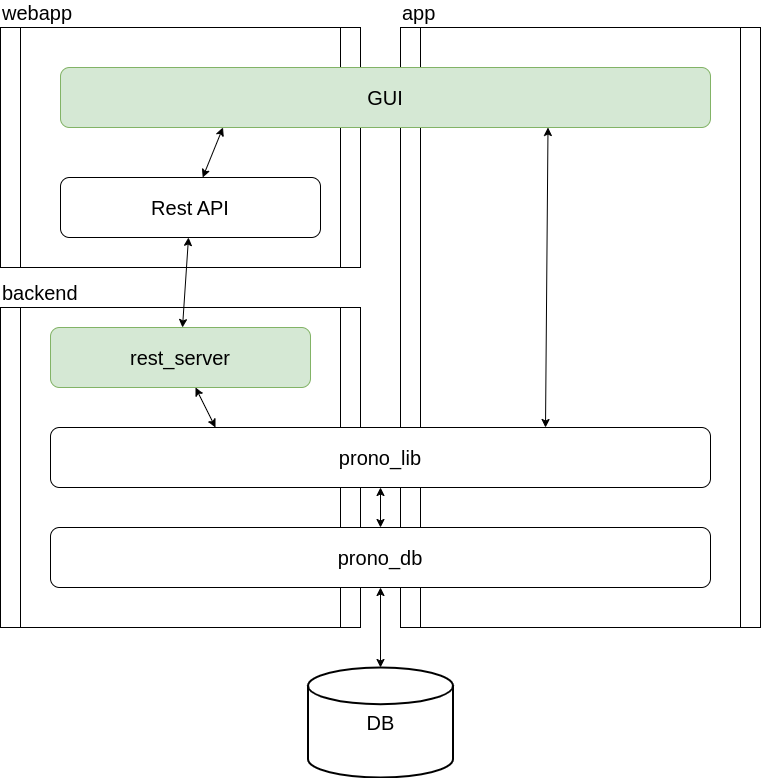
The draw.io diagram docs/architecture.drawio.png in jaques-sam/prono, before a commit. Source tidied: cells renumbered, new cells last; positions are measured from the earlier drawing's top-left corner, leaving out a move shared by most shapes.
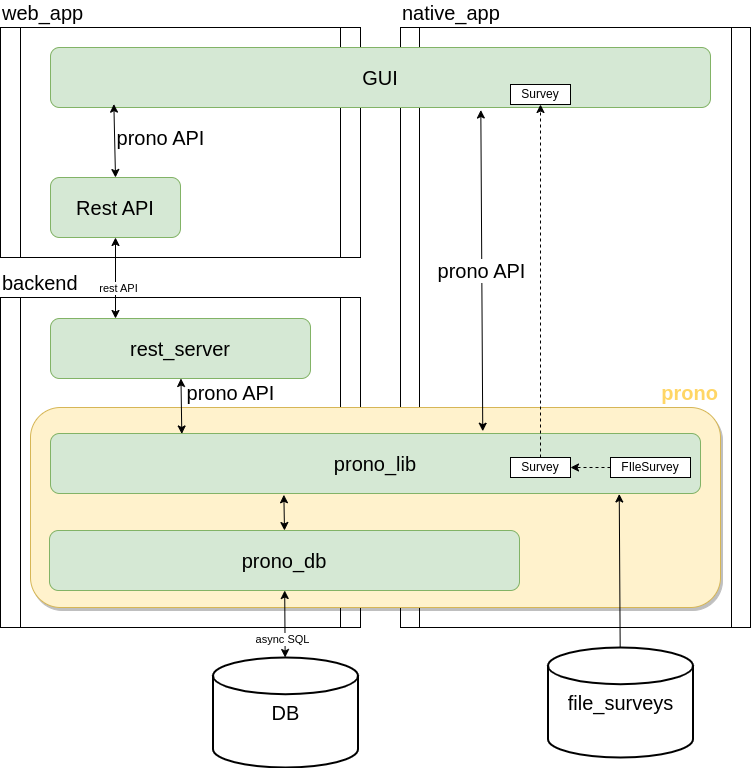
Above is the later version.

What changed in the source:
```diff
@@ -2,50 +2,80 @@
   <root>
     <mxCell id="0" />
     <mxCell id="1" parent="0" />
-    <mxCell id="2" value="webapp" style="shape=process;whiteSpace=wrap;html=1;backgroundOutline=1;size=0.05555555555555555;labelPosition=center;verticalLabelPosition=top;align=left;verticalAlign=bottom;fontSize=20;" parent="1" vertex="1">
-      <mxGeometry width="360" height="240" as="geometry" />
+    <mxCell id="2" value="web_app" style="shape=process;whiteSpace=wrap;html=1;backgroundOutline=1;size=0.05555555555555555;labelPosition=center;verticalLabelPosition=top;align=left;verticalAlign=bottom;fontSize=20;" parent="1" vertex="1">
+      <mxGeometry width="360" height="230" as="geometry" />
     </mxCell>
-    <mxCell id="3" value="app" style="shape=process;whiteSpace=wrap;html=1;backgroundOutline=1;size=0.05555555555555555;labelPosition=center;verticalLabelPosition=top;align=left;verticalAlign=bottom;fontSize=20;" parent="1" vertex="1">
-      <mxGeometry x="400" width="360" height="600" as="geometry" />
+    <mxCell id="3" value="native_app" style="shape=process;whiteSpace=wrap;html=1;backgroundOutline=1;size=0.05555555555555555;labelPosition=center;verticalLabelPosition=top;align=left;verticalAlign=bottom;fontSize=20;" parent="1" vertex="1">
+      <mxGeometry x="400" width="350" height="600" as="geometry" />
     </mxCell>
     <mxCell id="4" value="backend" style="shape=process;whiteSpace=wrap;html=1;backgroundOutline=1;size=0.05555555555555555;labelPosition=center;verticalLabelPosition=top;align=left;verticalAlign=bottom;fontSize=20;" parent="1" vertex="1">
-      <mxGeometry y="280" width="360" height="320" as="geometry" />
+      <mxGeometry y="270" width="360" height="330" as="geometry" />
     </mxCell>
-    <mxCell id="5" style="edgeStyle=none;html=1;exitX=0.75;exitY=1;exitDx=0;exitDy=0;fontSize=20;startArrow=classic;startFill=1;entryX=0.75;entryY=0;entryDx=0;entryDy=0;" parent="1" edge="1" source="6" target="13">
-      <mxGeometry relative="1" as="geometry" />
-    </mxCell>
     <mxCell id="6" value="GUI" style="rounded=1;whiteSpace=wrap;html=1;fontSize=20;fillColor=#d5e8d4;strokeColor=#82b366;" parent="1" vertex="1">
-      <mxGeometry x="60" y="40" width="650" height="60" as="geometry" />
+      <mxGeometry x="50" y="20" width="660" height="60" as="geometry" />
     </mxCell>
-    <mxCell id="7" style="edgeStyle=none;html=1;fontSize=20;entryX=0.25;entryY=0;entryDx=0;entryDy=0;startArrow=classic;startFill=1;" parent="1" edge="1" source="8" target="13">
-      <mxGeometry relative="1" as="geometry" />
-    </mxCell>
     <mxCell id="8" value="rest_server" style="rounded=1;whiteSpace=wrap;html=1;fontSize=20;fillColor=#d5e8d4;strokeColor=#82b366;" parent="1" vertex="1">
-      <mxGeometry x="50" y="300" width="260" height="60" as="geometry" />
+      <mxGeometry x="50" y="291" width="260" height="60" as="geometry" />
     </mxCell>
+    <mxCell id="17" value="prono" style="rounded=1;whiteSpace=wrap;html=1;shadow=1;fontSize=20;fillColor=#fff2cc;strokeColor=#d6b656;labelPosition=center;verticalLabelPosition=top;align=right;verticalAlign=bottom;fontColor=#FFD666;labelBackgroundColor=none;labelBorderColor=none;fontStyle=1;" parent="1" vertex="1">
+      <mxGeometry x="30" y="380" width="690" height="200" as="geometry" />
+    </mxCell>
     <mxCell id="9" style="edgeStyle=none;html=1;fontSize=20;startArrow=classic;startFill=1;" parent="1" edge="1" source="10" target="11">
       <mxGeometry relative="1" as="geometry" />
     </mxCell>
+    <mxCell id="18" value="async SQL" style="edgeLabel;html=1;align=center;verticalAlign=middle;" parent="9" vertex="1">
+      <mxGeometry x="0.46" y="-3" relative="1" as="geometry" />
+    </mxCell>
-    <mxCell id="10" value="prono_db" style="rounded=1;whiteSpace=wrap;html=1;fontSize=20;" parent="1" vertex="1">
-      <mxGeometry x="50" y="500" width="660" height="60" as="geometry" />
+    <mxCell id="10" value="prono_db" style="rounded=1;whiteSpace=wrap;html=1;fontSize=20;fillColor=#d5e8d4;strokeColor=#82b366;" parent="1" vertex="1">
+      <mxGeometry x="49" y="503" width="470" height="60" as="geometry" />
     </mxCell>
     <mxCell id="11" value="&lt;font style=&quot;font-size: 20px;&quot;&gt;DB&lt;/font&gt;" style="strokeWidth=2;html=1;shape=mxgraph.flowchart.database;whiteSpace=wrap;" parent="1" vertex="1">
-      <mxGeometry x="307.5" y="640" width="145" height="110" as="geometry" />
+      <mxGeometry x="212.5" y="630" width="145" height="110" as="geometry" />
     </mxCell>
-    <mxCell id="12" style="edgeStyle=none;html=1;fontSize=20;startArrow=classic;startFill=1;" parent="1" edge="1" source="13" target="10">
+    <mxCell id="12" style="edgeStyle=none;html=1;fontSize=20;startArrow=classic;startFill=1;entryX=0.5;entryY=0;entryDx=0;entryDy=0;exitX=0.359;exitY=1.021;exitDx=0;exitDy=0;exitPerimeter=0;" parent="1" edge="1" source="13" target="10">
       <mxGeometry relative="1" as="geometry" />
     </mxCell>
-    <mxCell id="13" value="prono_lib" style="rounded=1;whiteSpace=wrap;html=1;fontSize=20;" parent="1" vertex="1">
-      <mxGeometry x="50" y="400" width="660" height="60" as="geometry" />
+    <mxCell id="13" value="prono_lib" style="rounded=1;whiteSpace=wrap;html=1;fontSize=20;fillColor=#d5e8d4;strokeColor=#82b366;" parent="1" vertex="1">
+      <mxGeometry x="50" y="406" width="650" height="60" as="geometry" />
     </mxCell>
-    <mxCell id="14" style="edgeStyle=none;html=1;fontSize=20;startArrow=classic;startFill=1;entryX=0.25;entryY=1;entryDx=0;entryDy=0;" parent="1" edge="1" source="16" target="6">
-      <mxGeometry relative="1" as="geometry" />
+    <mxCell id="14" value="prono API" style="edgeStyle=none;html=1;fontSize=20;startArrow=classic;startFill=1;entryX=0.096;entryY=0.944;entryDx=0;entryDy=0;exitX=0.5;exitY=0;exitDx=0;exitDy=0;entryPerimeter=0;" parent="1" edge="1" source="16" target="6">
+      <mxGeometry x="0.07" y="-46" relative="1" as="geometry" />
     </mxCell>
-    <mxCell id="15" style="edgeStyle=none;html=1;fontSize=20;startArrow=classic;startFill=1;" parent="1" edge="1" source="16" target="8">
+    <mxCell id="15" style="edgeStyle=none;html=1;fontSize=20;startArrow=classic;startFill=1;entryX=0.25;entryY=0;entryDx=0;entryDy=0;" parent="1" edge="1" source="16" target="8">
       <mxGeometry relative="1" as="geometry" />
     </mxCell>
+    <mxCell id="19" value="rest API" style="edgeLabel;html=1;align=center;verticalAlign=middle;" parent="15" vertex="1">
+      <mxGeometry x="0.23" y="2" relative="1" as="geometry" />
+    </mxCell>
-    <mxCell id="16" value="Rest API" style="rounded=1;whiteSpace=wrap;html=1;fontSize=20;" parent="1" vertex="1">
-      <mxGeometry x="60" y="150" width="260" height="60" as="geometry" />
+    <mxCell id="16" value="Rest API" style="rounded=1;whiteSpace=wrap;html=1;fontSize=20;fillColor=#d5e8d4;strokeColor=#82b366;" parent="1" vertex="1">
+      <mxGeometry x="50" y="150" width="130" height="60" as="geometry" />
     </mxCell>
+    <mxCell id="5" value="prono API" style="edgeStyle=none;html=1;exitX=0.652;exitY=1.042;exitDx=0;exitDy=0;fontSize=20;startArrow=classic;startFill=1;exitPerimeter=0;entryX=0.665;entryY=-0.038;entryDx=0;entryDy=0;entryPerimeter=0;" parent="1" edge="1" source="6" target="13">
+      <mxGeometry relative="1" as="geometry" />
+    </mxCell>
+    <mxCell id="20" style="edgeStyle=none;html=1;fontSize=20;fontColor=#FFB366;startArrow=none;startFill=0;entryX=0.875;entryY=1.008;entryDx=0;entryDy=0;entryPerimeter=0;" parent="1" edge="1" source="21" target="13">
+      <mxGeometry relative="1" as="geometry" />
+    </mxCell>
+    <mxCell id="21" value="&lt;font style=&quot;font-size: 20px;&quot;&gt;file_surveys&lt;br&gt;&lt;/font&gt;" style="strokeWidth=2;html=1;shape=mxgraph.flowchart.database;whiteSpace=wrap;" parent="1" vertex="1">
+      <mxGeometry x="547.5" y="620" width="145" height="110" as="geometry" />
+    </mxCell>
+    <mxCell id="22" value="Survey" style="rounded=0;whiteSpace=wrap;html=1;" parent="1" vertex="1">
+      <mxGeometry x="510" y="57" width="60" height="20" as="geometry" />
+    </mxCell>
+    <mxCell id="23" style="edgeStyle=none;html=1;entryX=0.5;entryY=1;entryDx=0;entryDy=0;dashed=1;exitX=0.5;exitY=0;exitDx=0;exitDy=0;" parent="1" edge="1" source="26" target="22">
+      <mxGeometry relative="1" as="geometry" />
+    </mxCell>
+    <mxCell id="24" style="edgeStyle=none;html=1;dashed=1;fontColor=#FFD666;" parent="1" edge="1" source="25" target="26">
+      <mxGeometry relative="1" as="geometry" />
+    </mxCell>
+    <mxCell id="25" value="FIleSurvey" style="rounded=0;whiteSpace=wrap;html=1;" parent="1" vertex="1">
+      <mxGeometry x="610" y="430" width="80" height="20" as="geometry" />
+    </mxCell>
+    <mxCell id="26" value="Survey" style="rounded=0;whiteSpace=wrap;html=1;" parent="1" vertex="1">
+      <mxGeometry x="510" y="430" width="60" height="20" as="geometry" />
+    </mxCell>
+    <mxCell id="7" value="prono API" style="edgeStyle=none;html=1;fontSize=20;entryX=0.202;entryY=0.008;entryDx=0;entryDy=0;startArrow=classic;startFill=1;entryPerimeter=0;" parent="1" edge="1" source="8" target="13">
+      <mxGeometry x="-0.46" y="49" relative="1" as="geometry" />
+    </mxCell>
   </root>
 </mxGraphModel>
```
